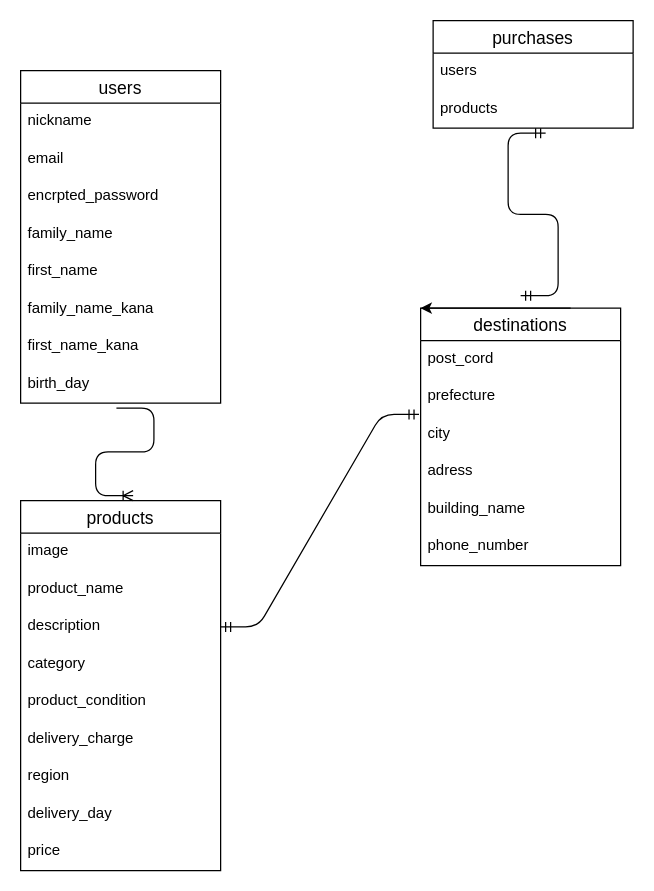
This is items.dio from blacksannnn/furima-38006, a draw.io file, before an edit. Source tidied: cells renumbered, new cells numbered last; positions are measured from the earlier drawing's top-left corner, leaving out a move shared by most shapes. Both pictures are drawn from the tidied source at 125%, with x=0, y=0 at pixel (20, 20).
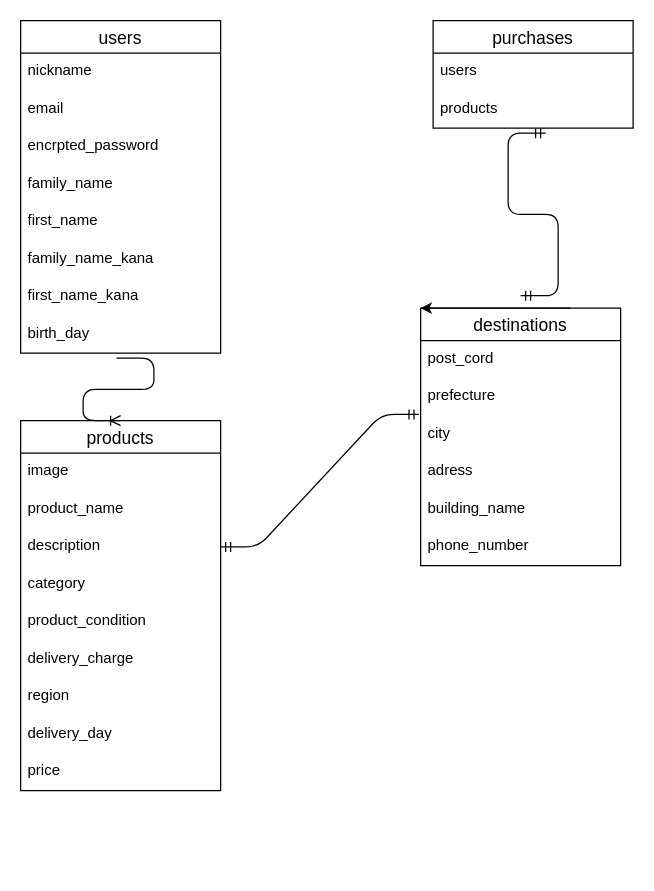
Above is the later version.

Unchanged cells that the change refers to:
```xml
<mxCell id="10" value="birth_day" style="text;strokeColor=none;fillColor=none;spacingLeft=4;spacingRight=4;overflow=hidden;points=[[0,0.5],[1,0.5]];portConstraint=eastwest;fontSize=12;" parent="2" vertex="1">
  <mxGeometry y="236" width="160" height="30" as="geometry" />
</mxCell>
```

The edit, as a diff of the source:
```diff
@@
     <mxCell id="2" value="users" style="swimlane;fontStyle=0;horizontal=1;startSize=26;align=center;fontSize=14;" parent="1" vertex="1">
-      <mxGeometry y="40" width="160" height="266" as="geometry" />
+      <mxGeometry width="160" height="266" as="geometry" />
     </mxCell>
@@
     <mxCell id="21" value="products" style="swimlane;fontStyle=0;horizontal=1;startSize=26;align=center;fontSize=14;" parent="1" vertex="1">
-      <mxGeometry y="384" width="160" height="296" as="geometry" />
+      <mxGeometry y="320" width="160" height="296" as="geometry" />
     </mxCell>
@@
-    <mxCell id="34" style="edgeStyle=entityRelationEdgeStyle;fontSize=12;html=1;endArrow=ERoneToMany;exitX=0.479;exitY=1.133;exitDx=0;exitDy=0;exitPerimeter=0;" parent="1" edge="1" source="10">
-      <mxGeometry relative="1" as="geometry">
-        <mxPoint x="90" y="380" as="targetPoint" />
-      </mxGeometry>
+    <mxCell id="34" style="edgeStyle=entityRelationEdgeStyle;fontSize=12;html=1;endArrow=ERoneToMany;exitX=0.479;exitY=1.133;exitDx=0;exitDy=0;exitPerimeter=0;entryX=0.5;entryY=0;entryDx=0;entryDy=0;" parent="1" edge="1" source="10" target="21">
+      <mxGeometry relative="1" as="geometry" />
     </mxCell>
```
